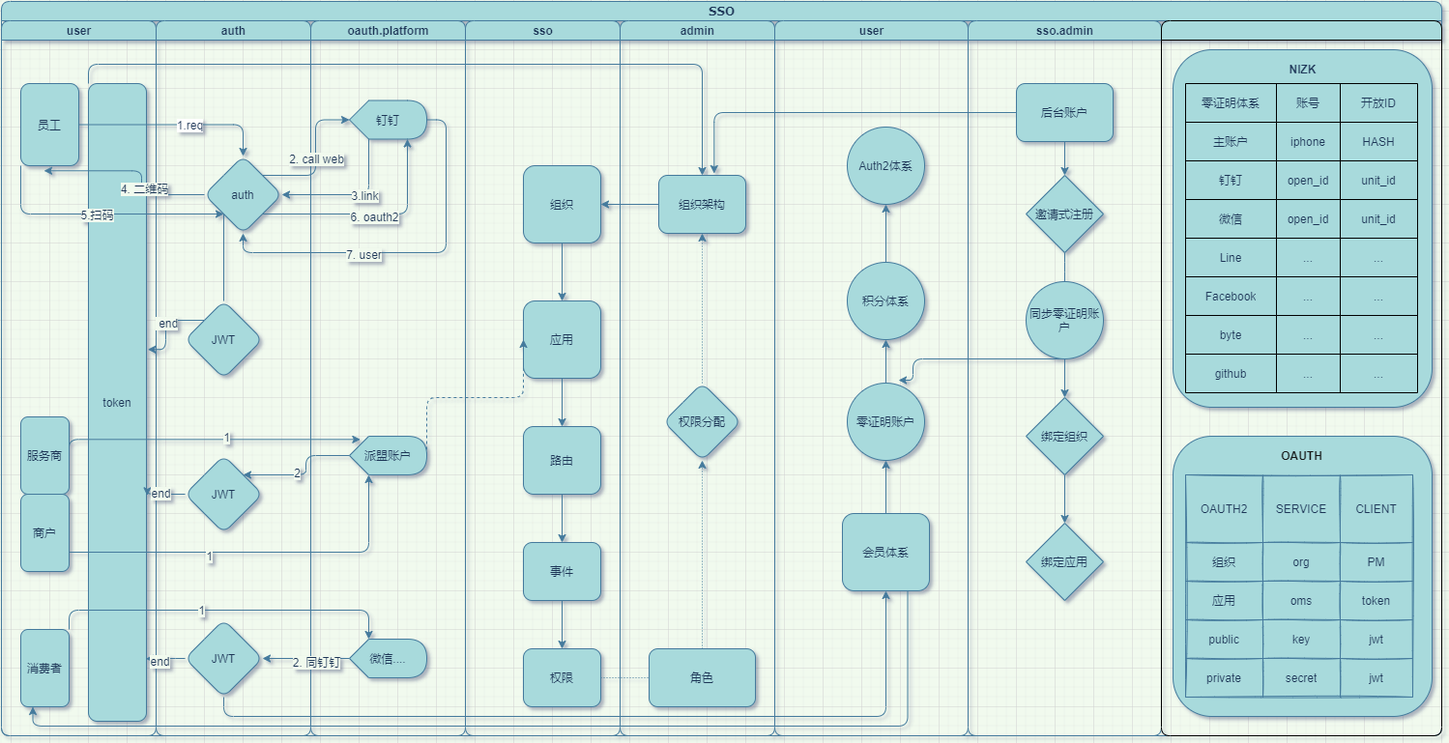
Earlier version of the draw.io export 6-Page-1.drawio.png (i86x/meta). Source tidied: cells renumbered, new cells last; positions are measured from the earlier drawing's top-left corner, leaving out a move shared by most shapes.
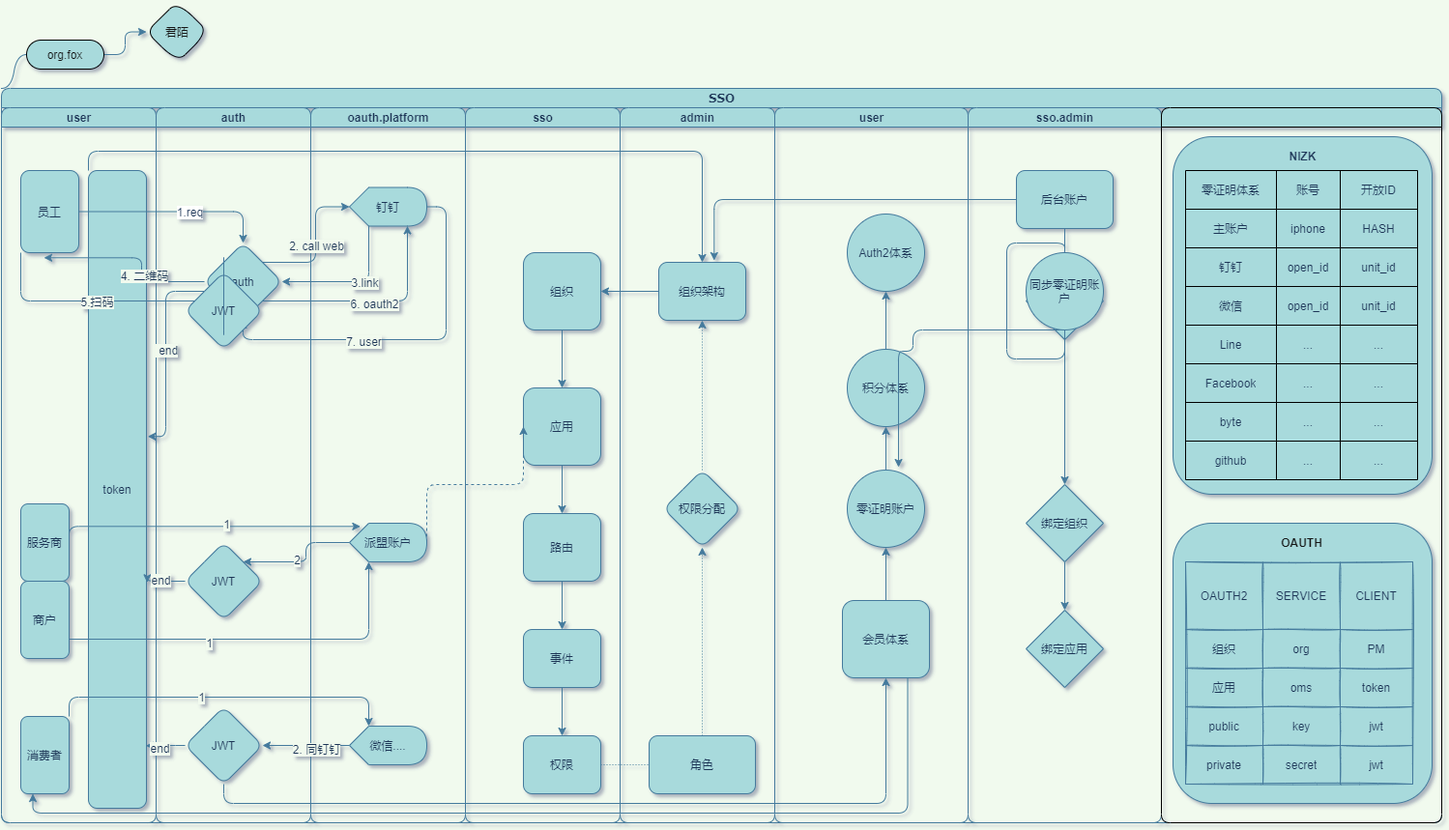
After the commit.

The edit, as a diff of the source:
```diff
@@ -3,7 +3,7 @@
     <mxCell id="0" />
     <mxCell id="1" parent="0" />
     <mxCell id="2" value="SSO" style="swimlane;html=1;startSize=20;rounded=1;shadow=0;labelBackgroundColor=none;strokeWidth=1;fontFamily=Verdana;fontSize=8;align=center;fillColor=#A8DADC;strokeColor=#457B9D;fontColor=#1D3557;" parent="1" vertex="1">
-      <mxGeometry width="1490" height="760" as="geometry" />
+      <mxGeometry y="120" width="1490" height="760" as="geometry" />
     </mxCell>
     <mxCell id="3" value="user" style="swimlane;html=1;startSize=20;rounded=1;fillColor=#A8DADC;strokeColor=#457B9D;fontColor=#1D3557;" parent="2" vertex="1">
       <mxGeometry y="20" width="160" height="740" as="geometry" />
@@ -463,5 +463,17 @@
     <mxCell id="151" style="edgeStyle=orthogonalEdgeStyle;curved=0;rounded=1;sketch=0;jettySize=auto;html=1;exitX=0.5;exitY=1;exitDx=0;exitDy=0;fontColor=#1D3557;strokeColor=#457B9D;fillColor=#A8DADC;endArrow=none;" parent="1" edge="1" source="77" target="150">
       <mxGeometry relative="1" as="geometry" />
     </mxCell>
+    <mxCell id="152" style="edgeStyle=orthogonalEdgeStyle;rounded=1;sketch=0;jettySize=auto;html=1;fontColor=#121717;strokeColor=#457B9D;fillColor=#A8DADC;" parent="1" edge="1" source="153" target="155">
+      <mxGeometry relative="1" as="geometry" />
+    </mxCell>
+    <mxCell id="153" value="org.fox" style="whiteSpace=wrap;html=1;rounded=1;arcSize=50;align=center;verticalAlign=middle;strokeWidth=1;spacing=4;newEdgeStyle={&quot;edgeStyle&quot;:&quot;entityRelationEdgeStyle&quot;,&quot;startArrow&quot;:&quot;none&quot;,&quot;endArrow&quot;:&quot;none&quot;,&quot;segment&quot;:10,&quot;curved&quot;:1};shadow=0;sketch=0;fontColor=#121717;fillColor=#A8DADC;" parent="1" vertex="1">
+      <mxGeometry x="26" y="70" width="80" height="30" as="geometry" />
+    </mxCell>
+    <mxCell id="154" style="edgeStyle=entityRelationEdgeStyle;startArrow=none;endArrow=none;segment=10;curved=1;rounded=1;sketch=0;fontColor=#121717;strokeColor=#457B9D;fillColor=#A8DADC;exitX=0;exitY=0;exitDx=0;exitDy=0;" parent="1" edge="1" source="2" target="153">
+      <mxGeometry relative="1" as="geometry" />
+    </mxCell>
+    <mxCell id="155" value="君陌" style="rhombus;whiteSpace=wrap;html=1;fillColor=#A8DADC;fontColor=#121717;rounded=1;arcSize=50;strokeWidth=1;spacing=4;shadow=0;sketch=0;" parent="1" vertex="1">
+      <mxGeometry x="150" y="30" width="64" height="63" as="geometry" />
+    </mxCell>
   </root>
 </mxGraphModel>
```
